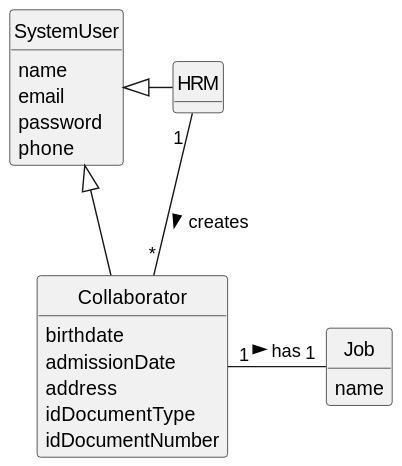
Above: docs/sprintA/us003/02.analysis/svg/us003-domain-model.svg in Departamento-de-Engenharia-Informatica/lei-24-s2-1do-g164 (PlantUML), before the change.
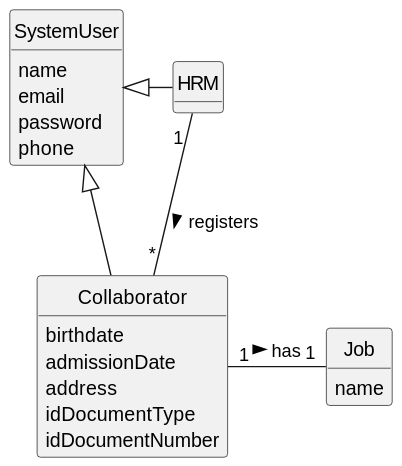
The same file after the commit.

The edit, as a diff of the source:
```diff
@@ -41,7 +41,7 @@
 
 SystemUser <|- HRM
 
-HRM "1 " -- "*" Collaborator : creates >
+HRM "1 " -- "*" Collaborator :  registers >
 
 Collaborator "1" - "1" Job : has >
 @enduml
```
